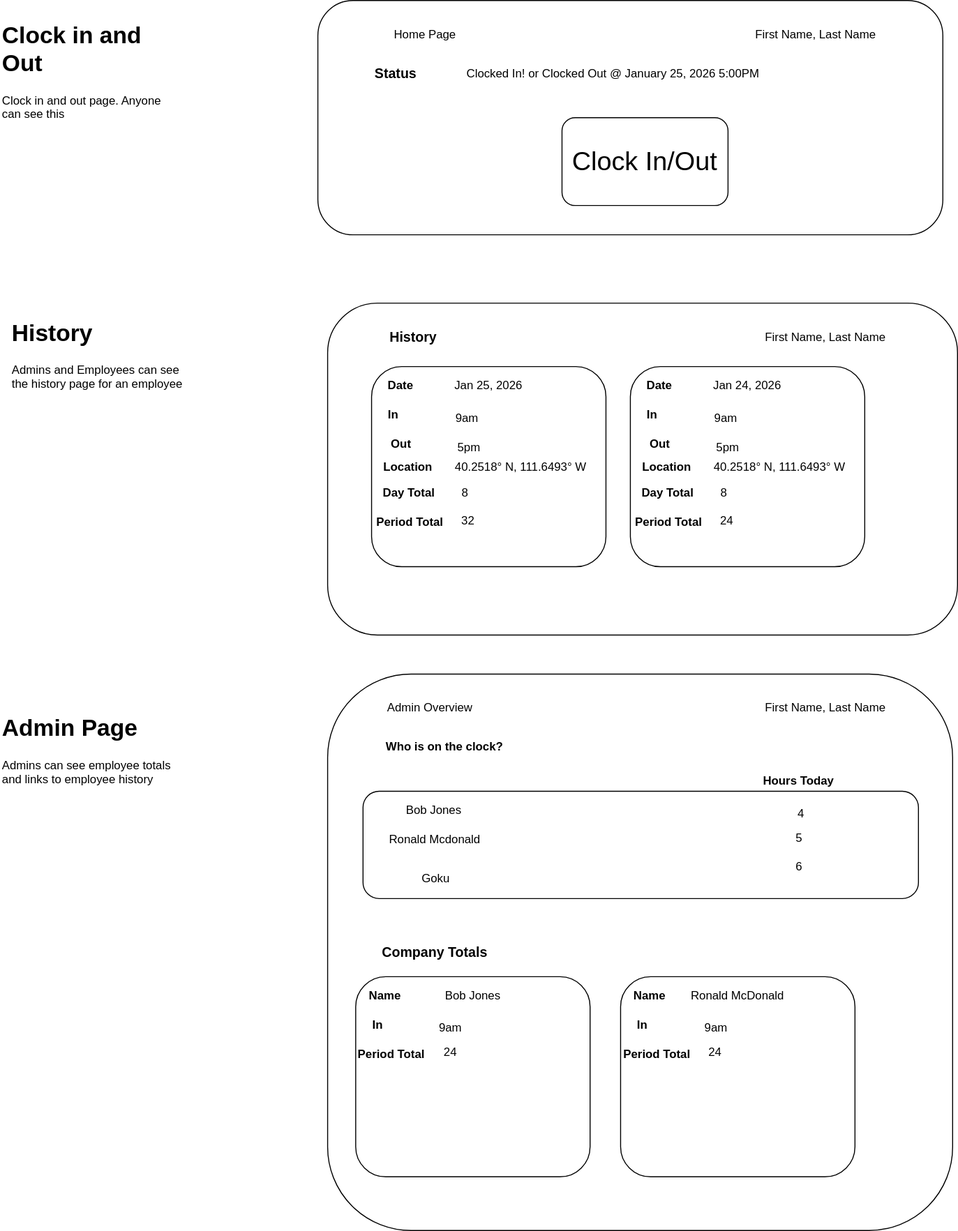
Before: design/design.svg, a diagram exported from draw.io (naataaniitsosie/startup). Source tidied: cells renumbered, new cells last; positions are measured from the earlier drawing's top-left corner, leaving out a move shared by most shapes.
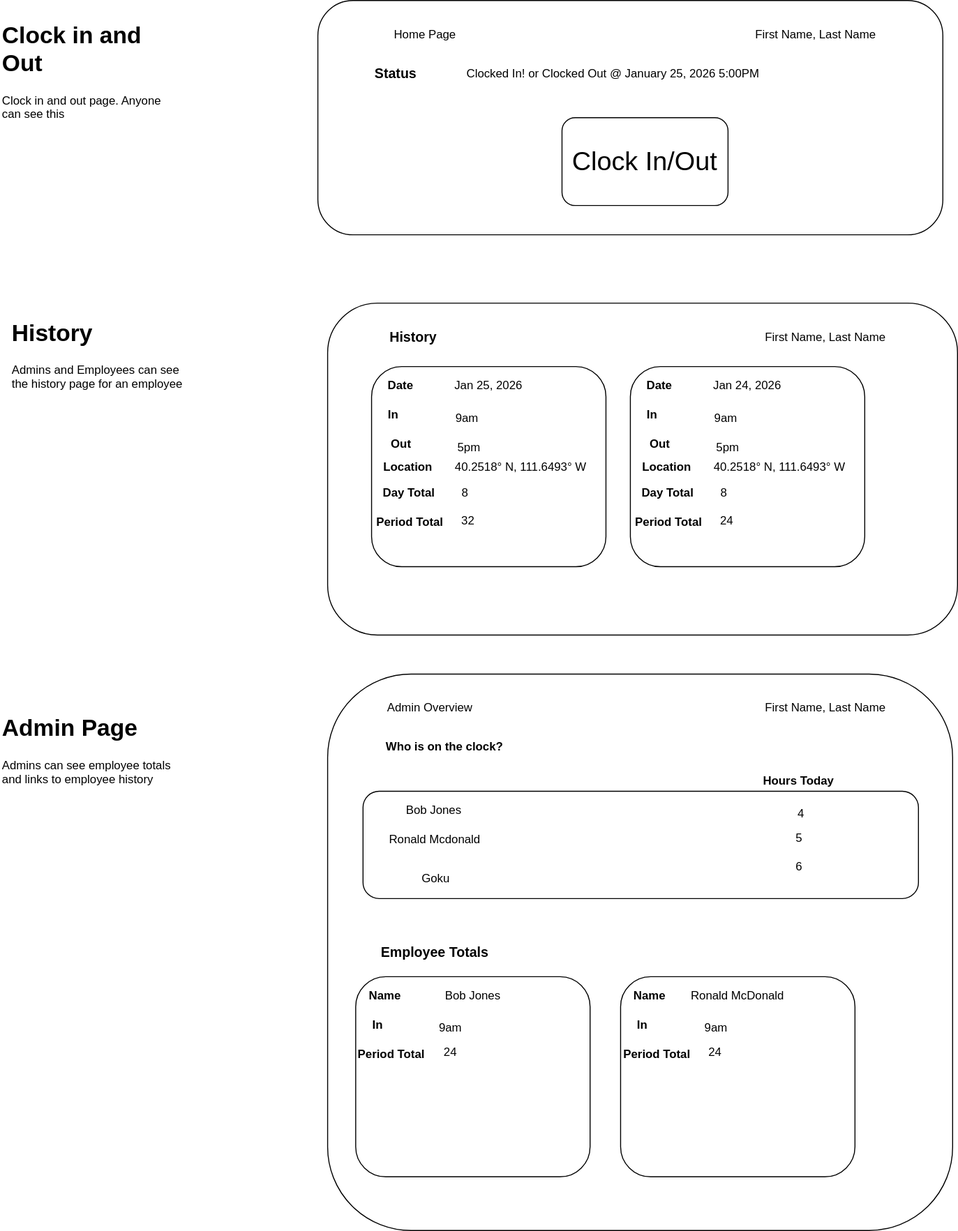
Above is the later version.

Commit message:
admin page ytd totals

Diff of the diagram source:
```diff
@@ -62,7 +62,7 @@
     <mxCell id="21" value="First Name, Last Name" style="text;html=1;whiteSpace=wrap;strokeColor=none;fillColor=none;align=center;verticalAlign=middle;rounded=0;" parent="1" vertex="1">
       <mxGeometry x="775" y="710" width="140" height="30" as="geometry" />
     </mxCell>
-    <mxCell id="22" value="&lt;font style=&quot;font-size: 14px;&quot;&gt;&lt;b&gt;Company Totals&lt;/b&gt;&lt;/font&gt;" style="text;html=1;whiteSpace=wrap;strokeColor=none;fillColor=none;align=center;verticalAlign=middle;rounded=0;" parent="1" vertex="1">
+    <mxCell id="22" value="&lt;font style=&quot;font-size: 14px;&quot;&gt;&lt;b&gt;Employee Totals&lt;/b&gt;&lt;/font&gt;" style="text;html=1;whiteSpace=wrap;strokeColor=none;fillColor=none;align=center;verticalAlign=middle;rounded=0;" parent="1" vertex="1">
       <mxGeometry x="370" y="960" width="150" height="30" as="geometry" />
     </mxCell>
     <mxCell id="23" value="Date" style="text;html=1;whiteSpace=wrap;strokeColor=none;fillColor=none;align=center;verticalAlign=middle;rounded=0;fontStyle=1;" parent="1" vertex="1">
```
